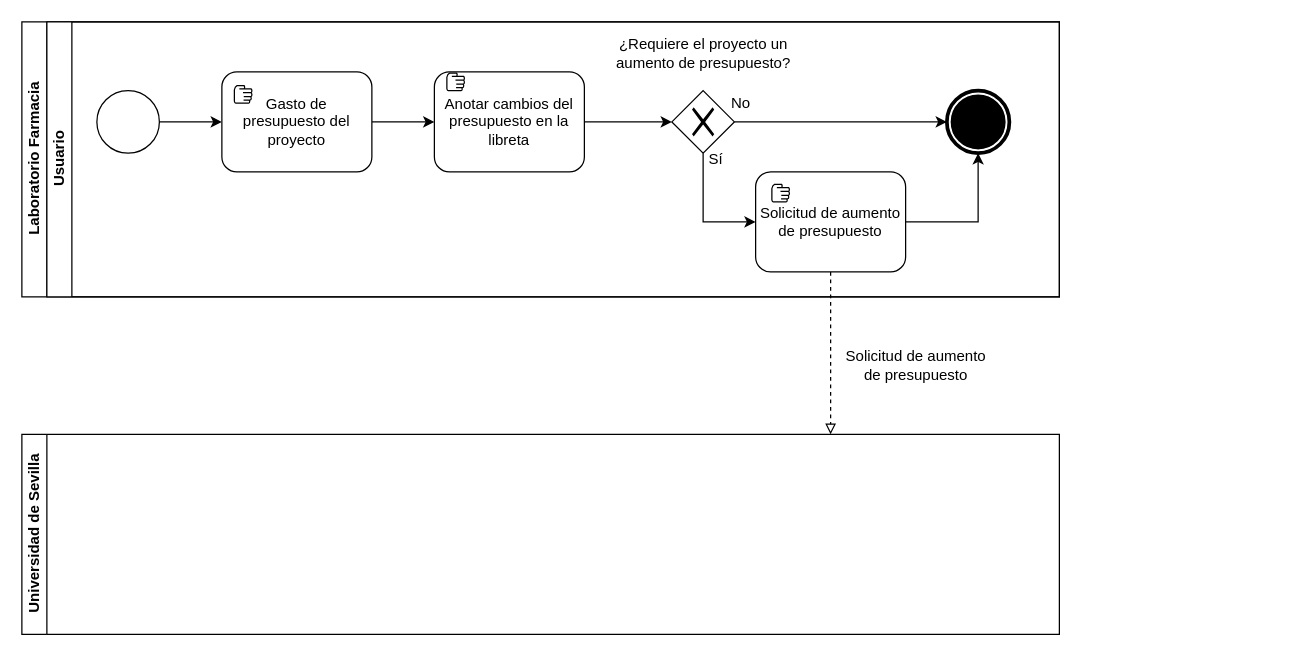
The draw.io diagram 3 Descripción de la situación actual/3.2 Modelos de procesos de negocios actuales/ModificarPartidaAlGastarBPMN-Actual.drawio in Franbr31/IR-project, before the edit. Source tidied: cells renumbered, new cells numbered last; positions are measured from the earlier drawing's top-left corner, leaving out a move shared by most shapes. Both pictures are drawn from the tidied source at 125%, with x=0, y=0 at pixel (21, 21).
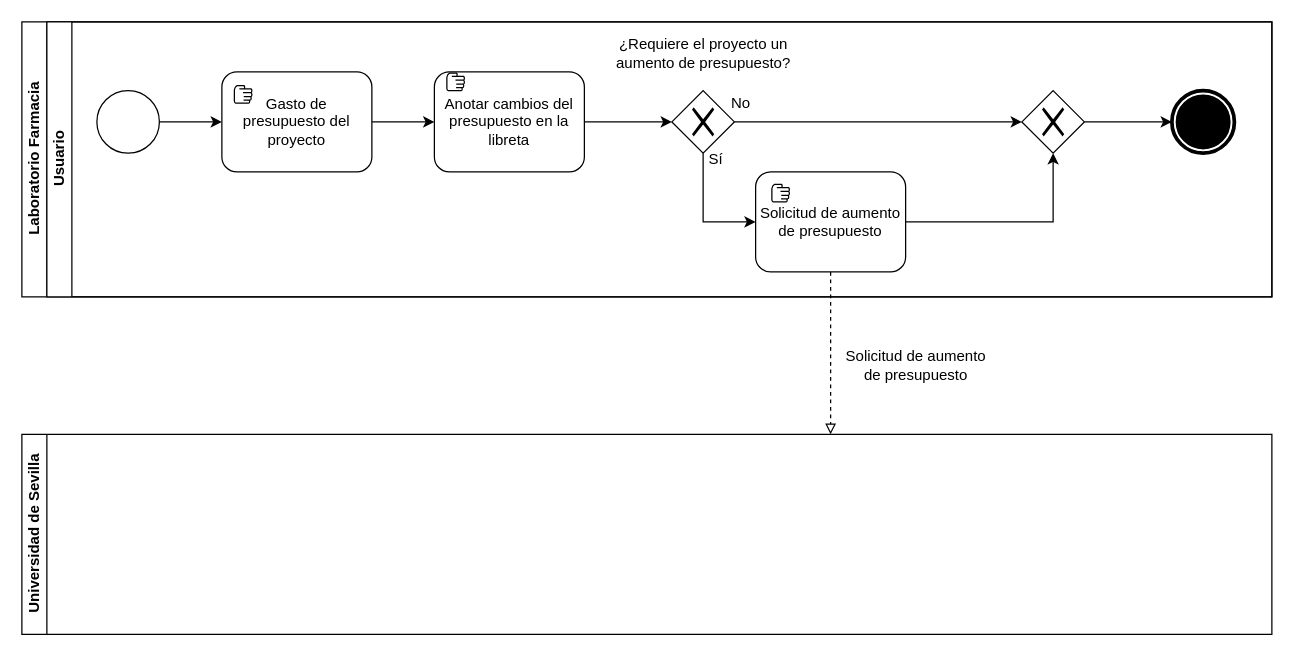
After the change.

Unchanged cells that the change refers to:
```xml
<mxCell id="15" style="shape=mxgraph.bpmn.shape;html=1;verticalLabelPosition=bottom;labelBackgroundColor=#ffffff;verticalAlign=top;align=center;perimeter=rhombusPerimeter;background=gateway;outlineConnect=0;outline=none;symbol=exclusiveGw;" parent="3" vertex="1">
  <mxGeometry x="500" y="55" width="50" height="50" as="geometry" />
</mxCell>
<mxCell id="17" value="Solicitud de aumento de presupuesto" style="shape=ext;rounded=1;html=1;whiteSpace=wrap;" parent="3" vertex="1">
  <mxGeometry x="567" y="120" width="120" height="80" as="geometry" />
</mxCell>
```

Change to the diagram source:
```diff
@@
     <mxCell id="2" value="Laboratorio Farmacia" style="swimlane;html=1;horizontal=0;startSize=20;" parent="1" vertex="1">
-      <mxGeometry width="830" height="220" as="geometry" />
+      <mxGeometry width="1000" height="220" as="geometry" />
     </mxCell>
     <mxCell id="3" value="Usuario" style="swimlane;html=1;startSize=20;horizontal=0;" parent="2" vertex="1">
-      <mxGeometry x="20" width="810" height="220" as="geometry" />
+      <mxGeometry x="20" width="980" height="220" as="geometry" />
     </mxCell>
@@
     <mxCell id="9" style="shape=mxgraph.bpmn.shape;html=1;verticalLabelPosition=bottom;labelBackgroundColor=#ffffff;verticalAlign=top;align=center;perimeter=ellipsePerimeter;outlineConnect=0;outline=end;symbol=terminate;" parent="3" vertex="1">
-      <mxGeometry x="720" y="55" width="50" height="50" as="geometry" />
+      <mxGeometry x="900" y="55" width="50" height="50" as="geometry" />
     </mxCell>
@@
-    <mxCell id="13" style="edgeStyle=orthogonalEdgeStyle;rounded=0;jettySize=auto;html=1;exitX=1;exitY=0.5;exitDx=0;exitDy=0;entryX=0;entryY=0.5;entryDx=0;entryDy=0;" parent="3" edge="1" source="15" target="9">
+    <mxCell id="13" style="edgeStyle=orthogonalEdgeStyle;rounded=0;jettySize=auto;html=1;exitX=1;exitY=0.5;exitDx=0;exitDy=0;entryX=0;entryY=0.5;entryDx=0;entryDy=0;" parent="3" edge="1" source="15" target="26">
       <mxGeometry relative="1" as="geometry" />
     </mxCell>
@@
-    <mxCell id="16" style="edgeStyle=orthogonalEdgeStyle;rounded=0;jettySize=auto;html=1;exitX=1;exitY=0.5;exitDx=0;exitDy=0;" parent="3" edge="1" source="17" target="9">
+    <mxCell id="16" style="edgeStyle=orthogonalEdgeStyle;rounded=0;jettySize=auto;html=1;exitX=1;exitY=0.5;exitDx=0;exitDy=0;entryX=0.5;entryY=1;entryDx=0;entryDy=0;" parent="3" edge="1" source="17" target="26">
       <mxGeometry relative="1" as="geometry" />
     </mxCell>
@@
+    <mxCell id="25" style="edgeStyle=orthogonalEdgeStyle;rounded=0;jettySize=auto;html=1;exitX=1;exitY=0.5;exitDx=0;exitDy=0;entryX=0;entryY=0.5;entryDx=0;entryDy=0;" parent="3" edge="1" source="26" target="9">
+      <mxGeometry relative="1" as="geometry" />
+    </mxCell>
+    <mxCell id="26" style="shape=mxgraph.bpmn.shape;html=1;verticalLabelPosition=bottom;labelBackgroundColor=#ffffff;verticalAlign=top;align=center;perimeter=rhombusPerimeter;background=gateway;outlineConnect=0;outline=none;symbol=exclusiveGw;" parent="3" vertex="1">
+      <mxGeometry x="780" y="55" width="50" height="50" as="geometry" />
+    </mxCell>
     <mxCell id="22" value="Universidad de Sevilla" style="swimlane;html=1;horizontal=0;startSize=20;" parent="1" vertex="1">
-      <mxGeometry y="330" width="830" height="160" as="geometry" />
+      <mxGeometry y="330" width="1000" height="160" as="geometry" />
     </mxCell>
```
